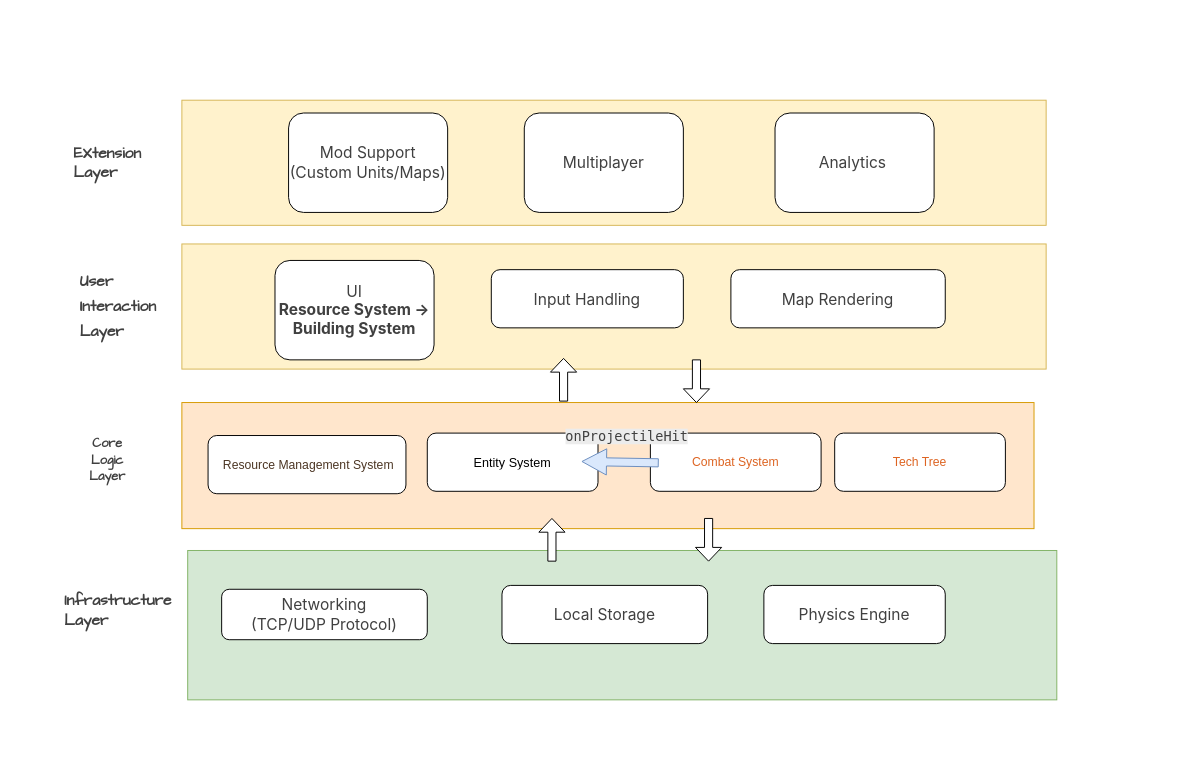
Above: Untitled Diagram.drawio in cccassiel/angular-timer (draw.io), before the change. Source tidied: cells renumbered, new cells numbered last; positions are measured from the earlier drawing's top-left corner, leaving out a move shared by most shapes. Both pictures are drawn from the tidied source at 97%, with x=0, y=0 at pixel (16, 100).
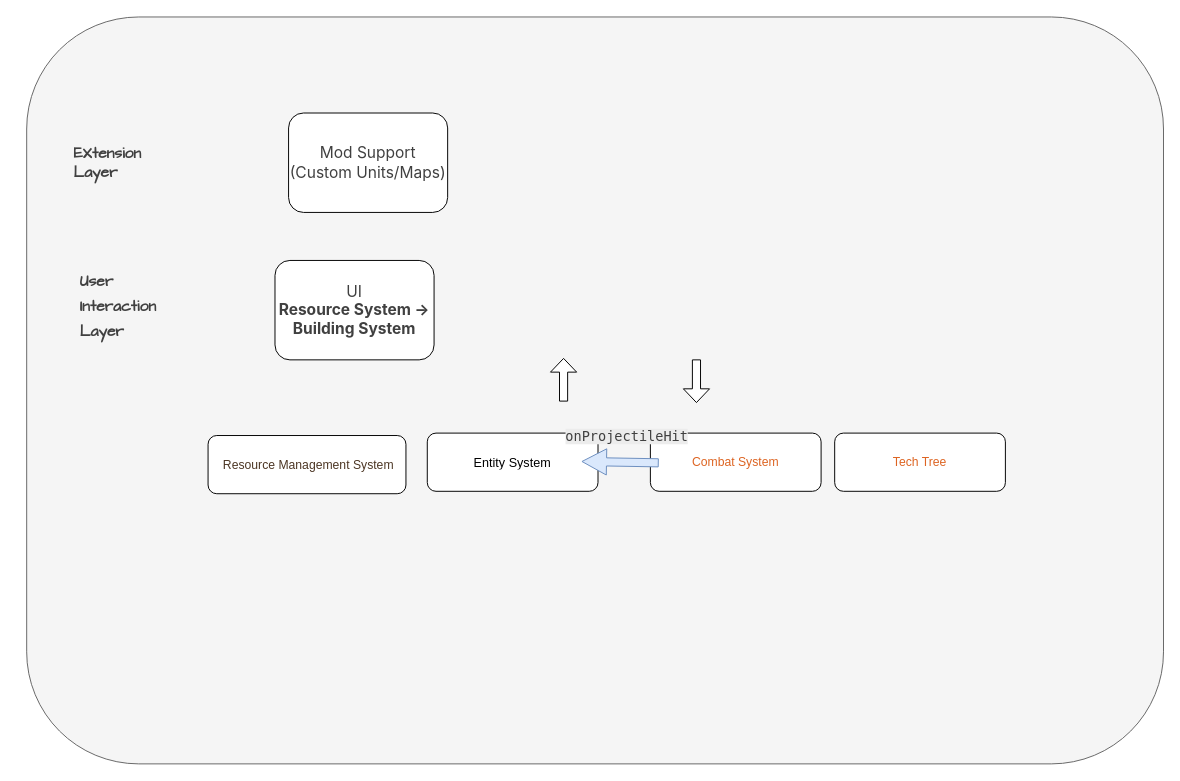
Above is the later version.

What changed in the source:
```diff
@@
-    <mxCell id="2" style="rounded=0;whiteSpace=wrap;html=1;fillColor=#fff2cc;strokeColor=#d6b656;" parent="1" vertex="1">
-      <mxGeometry x="170" y="-0.2" width="891" height="129" as="geometry" />
-    </mxCell>
-    <mxCell id="3" style="rounded=0;whiteSpace=wrap;html=1;fillColor=#fff2cc;strokeColor=#d6b656;" parent="1" vertex="1">
-      <mxGeometry x="170" y="148" width="891" height="129" as="geometry" />
-    </mxCell>
-    <mxCell id="4" style="rounded=0;whiteSpace=wrap;html=1;fillColor=#ffe6cc;strokeColor=#d79b00;" parent="1" vertex="1">
-      <mxGeometry x="170" y="311.5" width="878.5" height="130" as="geometry" />
-    </mxCell>
-    <mxCell id="5" style="rounded=0;whiteSpace=wrap;html=1;fillColor=#d5e8d4;strokeColor=#82b366;fontColor=light-dark(#ff9500, #cdcdff);" parent="1" vertex="1">
-      <mxGeometry x="176" y="464" width="896" height="154" as="geometry" />
-    </mxCell>
-    <mxCell id="6" value="&lt;p style=&quot;font-weight: var(--ds-font-weight-strong); font-size: 16.002px; line-height: var(--ds-md-line-height); margin: calc(var(--ds-md-zoom)*16px)0 calc(var(--ds-md-zoom)*12px)0; color: light-dark(rgb(64, 64, 64), rgb(182, 182, 182)); text-align: start; text-wrap-mode: wrap;&quot;&gt;&lt;strong&gt;Infrastructure Layer&lt;/strong&gt;&lt;/p&gt;" style="text;html=1;align=center;verticalAlign=middle;strokeColor=none;fillColor=none;fontFamily=Comic Sans MS;" parent="1" vertex="1">
-      <mxGeometry x="10" y="509.5" width="187" height="33" as="geometry" />
-    </mxCell>
-    <mxCell id="7" value="&lt;p style=&quot;font-weight: var(--ds-font-weight-strong); line-height: var(--ds-md-line-height); margin: calc(var(--ds-md-zoom)*16px)0 calc(var(--ds-md-zoom)*12px)0; color: light-dark(rgb(64, 64, 64), rgb(182, 182, 182)); text-wrap-mode: wrap;&quot;&gt;&lt;strong&gt;&lt;font style=&quot;line-height: 130%;&quot;&gt;Core Logic Layer&lt;/font&gt;&lt;/strong&gt;&lt;/p&gt;" style="text;html=1;align=center;verticalAlign=middle;strokeColor=none;fillColor=none;spacing=14;fontSize=13;fontFamily=Comic Sans MS;" parent="1" vertex="1">
-      <mxGeometry x="16" y="343" width="154" height="55" as="geometry" />
-    </mxCell>
+    <mxCell id="29" style="rounded=1;whiteSpace=wrap;html=1;fillColor=#f5f5f5;strokeColor=#666666;fontColor=#333333;" parent="1" vertex="1">
+      <mxGeometry x="10" y="-86" width="1172" height="770" as="geometry" />
+    </mxCell>
@@
-    <mxCell id="10" value="&lt;span style=&quot;color: rgb(64, 64, 64); font-family: Inter, system-ui, -apple-system, BlinkMacSystemFont, &amp;quot;Segoe UI&amp;quot;, Roboto, &amp;quot;Noto Sans&amp;quot;, Ubuntu, Cantarell, &amp;quot;Helvetica Neue&amp;quot;, Oxygen, &amp;quot;Open Sans&amp;quot;, sans-serif; font-size: 16.002px; text-align: left;&quot;&gt;Input Handling&lt;/span&gt;" style="rounded=1;whiteSpace=wrap;html=1;" parent="1" vertex="1">
-      <mxGeometry x="489" y="174.5" width="198" height="60" as="geometry" />
-    </mxCell>
-    <mxCell id="11" value="&lt;span style=&quot;color: rgb(64, 64, 64); font-family: Inter, system-ui, -apple-system, BlinkMacSystemFont, &amp;quot;Segoe UI&amp;quot;, Roboto, &amp;quot;Noto Sans&amp;quot;, Ubuntu, Cantarell, &amp;quot;Helvetica Neue&amp;quot;, Oxygen, &amp;quot;Open Sans&amp;quot;, sans-serif; font-size: 16.002px; text-align: left;&quot;&gt;Map Rendering&lt;/span&gt;" style="rounded=1;whiteSpace=wrap;html=1;" parent="1" vertex="1">
-      <mxGeometry x="736" y="174.5" width="221" height="60" as="geometry" />
-    </mxCell>
@@
-    <mxCell id="16" value="&lt;div style=&quot;&quot;&gt;&lt;span style=&quot;background-color: transparent; font-size: 16.002px;&quot;&gt;&lt;font face=&quot;Inter, system-ui, -apple-system, BlinkMacSystemFont, Segoe UI, Roboto, Noto Sans, Ubuntu, Cantarell, Helvetica Neue, Oxygen, Open Sans, sans-serif&quot; color=&quot;#404040&quot;&gt;Networking&lt;/font&gt;&lt;/span&gt;&lt;/div&gt;&lt;div style=&quot;&quot;&gt;&lt;span style=&quot;background-color: transparent; font-size: 16.002px;&quot;&gt;&lt;font face=&quot;Inter, system-ui, -apple-system, BlinkMacSystemFont, Segoe UI, Roboto, Noto Sans, Ubuntu, Cantarell, Helvetica Neue, Oxygen, Open Sans, sans-serif&quot; color=&quot;#404040&quot;&gt;(&lt;/font&gt;&lt;/span&gt;&lt;span style=&quot;color: rgb(64, 64, 64); font-family: Inter, system-ui, -apple-system, BlinkMacSystemFont, &amp;quot;Segoe UI&amp;quot;, Roboto, &amp;quot;Noto Sans&amp;quot;, Ubuntu, Cantarell, &amp;quot;Helvetica Neue&amp;quot;, Oxygen, &amp;quot;Open Sans&amp;quot;, sans-serif; font-size: 16.002px; background-color: transparent;&quot;&gt;TCP/UDP Protocol)&lt;/span&gt;&lt;/div&gt;" style="rounded=1;whiteSpace=wrap;html=1;align=center;" parent="1" vertex="1">
-      <mxGeometry x="211" y="504" width="212" height="52" as="geometry" />
-    </mxCell>
-    <mxCell id="17" value="&lt;div style=&quot;text-align: left;&quot;&gt;&lt;font face=&quot;Inter, system-ui, -apple-system, BlinkMacSystemFont, Segoe UI, Roboto, Noto Sans, Ubuntu, Cantarell, Helvetica Neue, Oxygen, Open Sans, sans-serif&quot; color=&quot;#404040&quot;&gt;&lt;span style=&quot;font-size: 16.002px;&quot;&gt;Local Storage&lt;/span&gt;&lt;/font&gt;&lt;/div&gt;" style="rounded=1;whiteSpace=wrap;html=1;" parent="1" vertex="1">
-      <mxGeometry x="500" y="500" width="212" height="60" as="geometry" />
-    </mxCell>
-    <mxCell id="18" value="&lt;div style=&quot;text-align: left;&quot;&gt;&lt;font face=&quot;Inter, system-ui, -apple-system, BlinkMacSystemFont, Segoe UI, Roboto, Noto Sans, Ubuntu, Cantarell, Helvetica Neue, Oxygen, Open Sans, sans-serif&quot; color=&quot;#404040&quot;&gt;&lt;span style=&quot;font-size: 16.002px;&quot;&gt;Physics Engine&lt;/span&gt;&lt;/font&gt;&lt;/div&gt;" style="rounded=1;whiteSpace=wrap;html=1;" parent="1" vertex="1">
-      <mxGeometry x="770" y="500" width="187" height="60" as="geometry" />
-    </mxCell>
@@
-    <mxCell id="20" style="shape=singleArrow;direction=north;whiteSpace=wrap;html=1;arrowWidth=0.3105447883279979;arrowSize=0.3216804557746917;" parent="1" vertex="1">
-      <mxGeometry x="538" y="431" width="27" height="44" as="geometry" />
-    </mxCell>
@@
-    <mxCell id="22" style="shape=singleArrow;direction=north;whiteSpace=wrap;html=1;arrowWidth=0.3105447883279979;arrowSize=0.3216804557746917;rotation=-180;" parent="1" vertex="1">
-      <mxGeometry x="699.5" y="431" width="27" height="44" as="geometry" />
-    </mxCell>
@@
-    <mxCell id="26" value="&lt;div style=&quot;text-align: left;&quot;&gt;&lt;font face=&quot;Inter, system-ui, -apple-system, BlinkMacSystemFont, Segoe UI, Roboto, Noto Sans, Ubuntu, Cantarell, Helvetica Neue, Oxygen, Open Sans, sans-serif&quot; color=&quot;#404040&quot;&gt;&lt;span style=&quot;font-size: 16.002px;&quot;&gt;Multiplayer&lt;/span&gt;&lt;span style=&quot;font-size: 16.002px;&quot;&gt;&lt;/span&gt;&lt;/font&gt;&lt;/div&gt;" style="rounded=1;whiteSpace=wrap;html=1;" parent="1" vertex="1">
-      <mxGeometry x="523" y="13" width="164" height="102.5" as="geometry" />
-    </mxCell>
-    <mxCell id="27" value="&lt;span style=&quot;color: rgb(64, 64, 64); font-family: Inter, system-ui, -apple-system, BlinkMacSystemFont, &amp;quot;Segoe UI&amp;quot;, Roboto, &amp;quot;Noto Sans&amp;quot;, Ubuntu, Cantarell, &amp;quot;Helvetica Neue&amp;quot;, Oxygen, &amp;quot;Open Sans&amp;quot;, sans-serif; font-size: 16.002px; text-align: left;&quot;&gt;Analytics&amp;nbsp;&lt;/span&gt;" style="rounded=1;whiteSpace=wrap;html=1;" parent="1" vertex="1">
-      <mxGeometry x="781.5" y="13" width="164" height="102.5" as="geometry" />
-    </mxCell>
```
